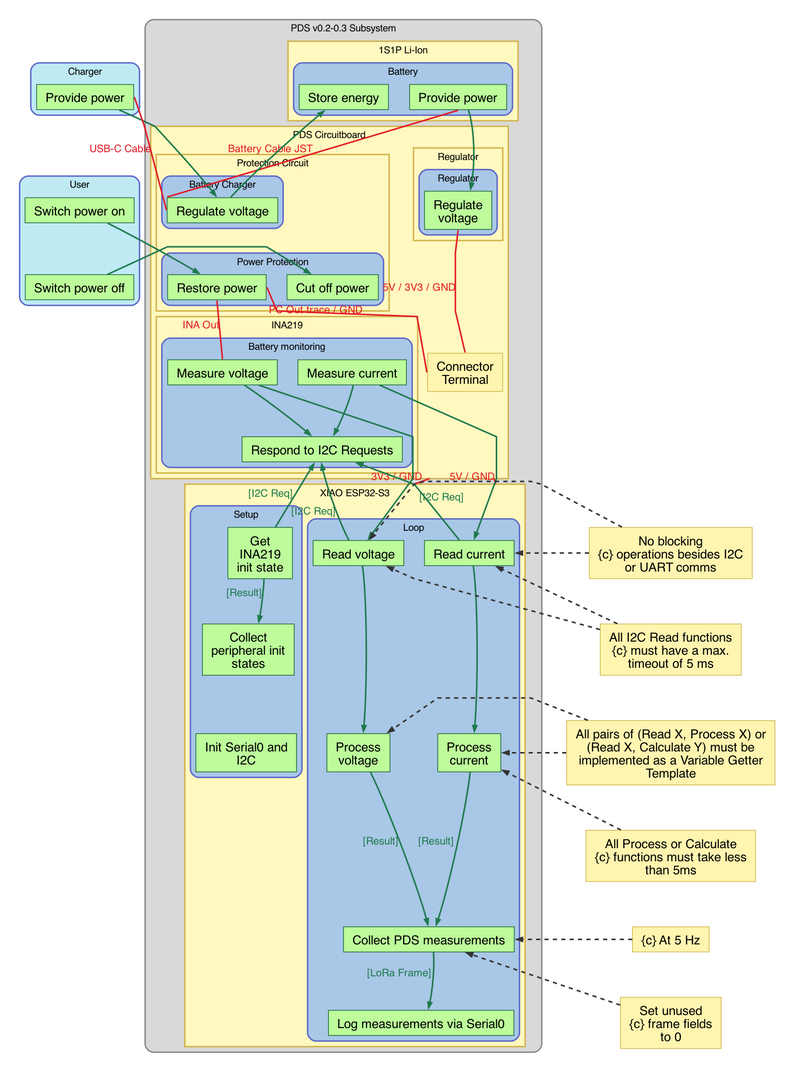
Above: PDS/PDS_v0.2_dot.png in DeltaLabo/CanSatWorkshop (Graphviz), before the change. Its source is kept beside it as PDS/PDS_v0.2.dot.
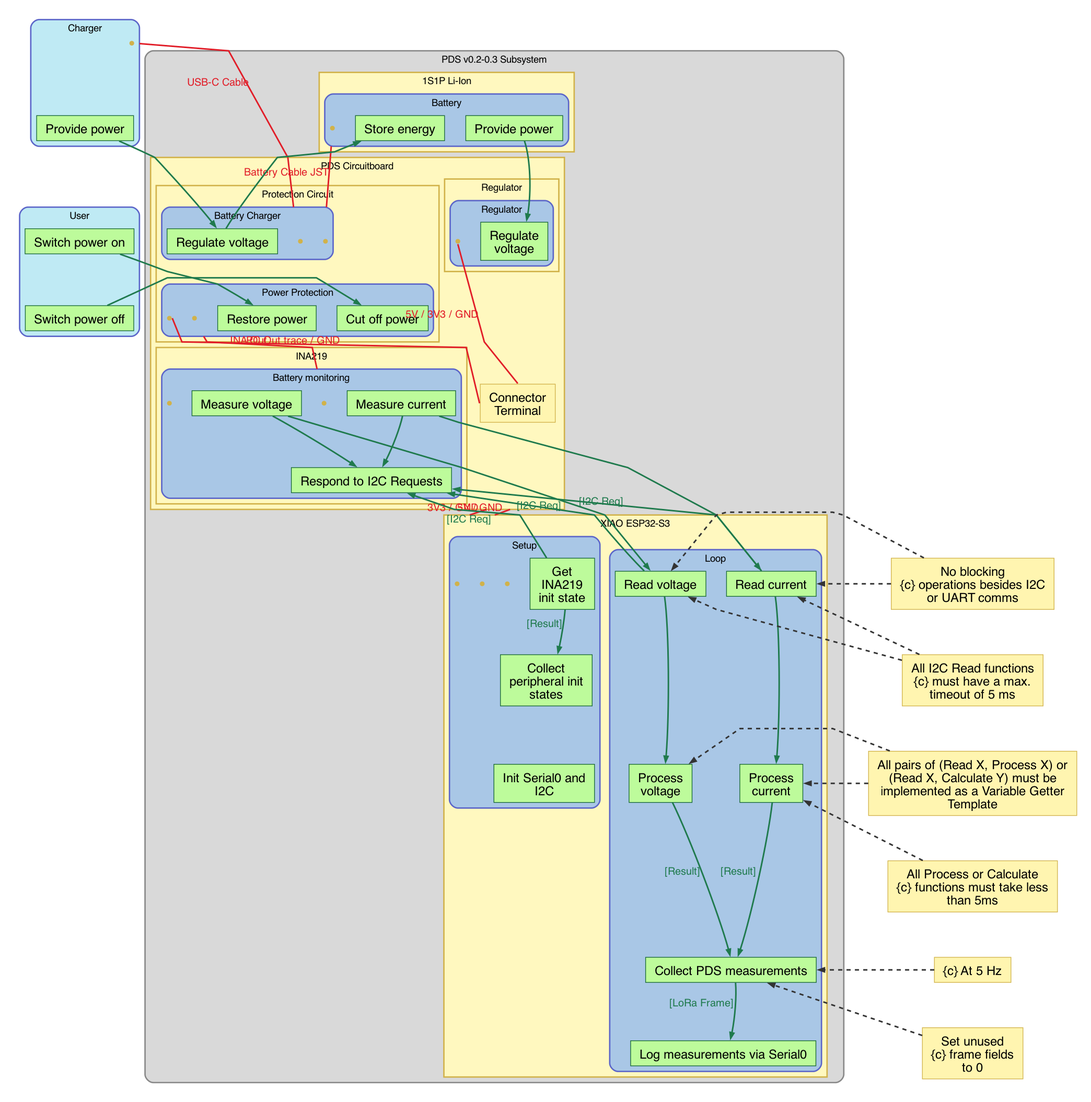
The same file after the commit.

What changed in the source:
```diff
@@ -22,6 +22,7 @@
     color="#5B65C9";
     penwidth=2;
 
+    charger_usb   [label="", shape=point, width=0.08, height=0.08, fixedsize=true, fillcolor="#D1B24A", color="#D1B24A"];
     charger_power [label="Provide power", fillcolor="#BDFB9B", color="#166534"];
   }
 
@@ -57,6 +58,7 @@
         color="#5B65C9";
         penwidth=2;
 
+        battery_jst  [label="", shape=point, width=0.08, height=0.08, fixedsize=true, fillcolor="#D1B24A", color="#D1B24A"];
         batt_store   [label="Store energy",  fillcolor="#BDFB9B", color="#166534"];
         batt_provide [label="Provide power", fillcolor="#BDFB9B", color="#166534"];
       }
@@ -83,6 +85,8 @@
           color="#5B65C9";
           penwidth=2;
 
+          battchg_usb_in  [label="", shape=point, width=0.08, height=0.08, fixedsize=true, fillcolor="#D1B24A", color="#D1B24A"];
+          battchg_batt_in [label="", shape=point, width=0.08, height=0.08, fixedsize=true, fillcolor="#D1B24A", color="#D1B24A"];
           charger_reg [label="Regulate voltage", fillcolor="#BDFB9B", color="#166534"];
         }
 
@@ -93,6 +97,8 @@
           color="#5B65C9";
           penwidth=2;
 
+          protection_pc_out [label="", shape=point, width=0.08, height=0.08, fixedsize=true, fillcolor="#D1B24A", color="#D1B24A"];
+          protection_ina_out [label="", shape=point, width=0.08, height=0.08, fixedsize=true, fillcolor="#D1B24A", color="#D1B24A"];
           restore_power [label="Restore power", fillcolor="#BDFB9B", color="#166534"];
           cut_off_power [label="Cut off power", fillcolor="#BDFB9B", color="#166534"];
         }
@@ -112,6 +118,7 @@
           color="#5B65C9";
           penwidth=2;
 
+          regulator_out [label="", shape=point, width=0.08, height=0.08, fixedsize=true, fillcolor="#D1B24A", color="#D1B24A"];
           regulate_voltage [label="Regulate\nvoltage", fillcolor="#BDFB9B", color="#166534"];
         }
       }
@@ -132,6 +139,8 @@
           color="#5B65C9";
           penwidth=2;
 
+          ina_power_in  [label="", shape=point, width=0.08, height=0.08, fixedsize=true, fillcolor="#D1B24A", color="#D1B24A"];
+          ina_signal_in [label="", shape=point, width=0.08, height=0.08, fixedsize=true, fillcolor="#D1B24A", color="#D1B24A"];
           ina_measure_v [label="Measure voltage", fillcolor="#BDFB9B", color="#166534"];
           ina_measure_i [label="Measure current", fillcolor="#BDFB9B", color="#166534"];
           ina_respond   [label="Respond to I2C Requests", fillcolor="#BDFB9B", color="#166534"];
@@ -153,6 +162,9 @@
         color="#5B65C9";
         penwidth=2;
 
+        xiao_i2c_port [label="", shape=point, width=0.08, height=0.08, fixedsize=true, fillcolor="#D1B24A", color="#D1B24A"];
+        xiao_pwr_3v3  [label="", shape=point, width=0.08, height=0.08, fixedsize=true, fillcolor="#D1B24A", color="#D1B24A"];
+        xiao_pwr_5v   [label="", shape=point, width=0.08, height=0.08, fixedsize=true, fillcolor="#D1B24A", color="#D1B24A"];
         xiao_get_init [label="Get\nINA219\ninit state", fillcolor="#BDFB9B", color="#166534"];
         xiao_collect_init [label="Collect\nperipheral init\nstates", fillcolor="#BDFB9B", color="#166534"];
         xiao_init_bus [label="Init Serial0 and\nI2C", fillcolor="#BDFB9B", color="#166534"];
@@ -183,15 +195,27 @@
   note_zero [label="Set unused\n{c} frame fields\nto 0", fillcolor="#FFF5B0", color="#D1B24A"];
 
   batt_store -> batt_provide [style=invis, weight=15];
+  battery_jst -> batt_store [style=invis, weight=20];
+  charger_usb -> charger_power [style=invis, weight=18];
+  battchg_usb_in -> charger_reg [style=invis, weight=18];
+  battchg_batt_in -> charger_reg [style=invis, weight=18];
   charger_reg -> restore_power [style=invis, weight=15];
+  protection_pc_out -> restore_power [style=invis, weight=20];
+  protection_ina_out -> restore_power [style=invis, weight=18];
   restore_power -> cut_off_power [style=invis, weight=15];
   ina_measure_v -> ina_measure_i [style=invis, weight=10];
   ina_measure_v -> ina_respond [style=invis, weight=18];
   ina_measure_i -> ina_respond [style=invis, weight=18];
   restore_power -> ina_measure_v [style=invis, weight=55];
   regulate_voltage -> ina_measure_i [style=invis, weight=55];
-  regulate_voltage -> connector_terminal [style=invis, weight=42];
+  regulator_out -> regulate_voltage [style=invis, weight=18];
+  regulator_out -> connector_terminal [style=invis, weight=42];
   connector_terminal -> ina_respond [style=invis, weight=55];
+  ina_power_in -> ina_measure_v [style=invis, weight=18];
+  ina_signal_in -> ina_measure_i [style=invis, weight=18];
+  xiao_i2c_port -> xiao_get_init [style=invis, weight=18];
+  xiao_pwr_3v3 -> xiao_get_init [style=invis, weight=16];
+  xiao_pwr_5v -> xiao_read_i [style=invis, weight=16];
   xiao_get_init -> xiao_collect_init [style=invis, weight=12];
   xiao_collect_init -> xiao_init_bus [style=invis, weight=12];
   xiao_read_v -> xiao_process_v [style=invis, weight=12];
@@ -210,17 +234,21 @@
   note_proc -> note_5hz [style=invis, weight=10];
   note_5hz -> note_zero [style=invis, weight=10];
 
-  { rank=same; batt_store; batt_provide; }
-  { rank=same; charger_reg; regulate_voltage; }
-  { rank=same; restore_power; cut_off_power; }
-  { rank=same; ina_measure_v; ina_measure_i; connector_terminal; }
-  { rank=same; xiao_get_init; xiao_read_v; xiao_read_i; note_nb; }
+  { rank=same; battery_jst; batt_store; batt_provide; }
+  { rank=same; battchg_usb_in; battchg_batt_in; charger_reg; regulate_voltage; regulator_out; }
+  { rank=same; protection_pc_out; restore_power; cut_off_power; protection_ina_out; }
+  { rank=same; ina_power_in; ina_measure_v; ina_measure_i; connector_terminal; ina_signal_in; }
+  { rank=same; xiao_i2c_port; xiao_pwr_3v3; xiao_pwr_5v; xiao_get_init; xiao_read_v; xiao_read_i; note_nb; }
   { rank=same; xiao_process_v; xiao_process_i; note_vgt; }
   { rank=same; xiao_collect; note_5hz; }
 
+  charger_usb -> battchg_usb_in [style=invis, weight=50];
   charger_power -> charger_reg [style=invis, weight=80];
+  battery_jst -> battchg_batt_in [style=invis, weight=50];
   batt_store -> charger_reg [style=invis, weight=65];
   batt_provide -> regulate_voltage [style=invis, weight=90];
+  connector_terminal -> xiao_pwr_3v3 [style=invis, weight=115];
+  connector_terminal -> xiao_pwr_5v [style=invis, weight=115];
   connector_terminal -> xiao_get_init [style=invis, weight=115];
   ina_respond -> xiao_read_v [style=invis, weight=120];
   user_on -> restore_power [style=invis, weight=16];
@@ -247,27 +275,31 @@
   ina_measure_v -> xiao_read_v [color="#1F7A4D", fontcolor="#1F7A4D", constraint=false, minlen=2];
   ina_measure_i -> xiao_read_i [color="#1F7A4D", fontcolor="#1F7A4D", constraint=false, minlen=2];
 
-  charger_power -> charger_reg [
+  charger_usb -> battchg_usb_in [
     xlabel="USB-C Cable",
     color="#E11D28",
     fontcolor="#E11D28",
+    ltail=cluster_charger,
+    lhead=cluster_batt_charger,
     constraint=false,
     minlen=1,
     dir=none,
     tailport=e,
     headport=w
   ];
-  batt_provide -> charger_reg [
+  battery_jst -> battchg_batt_in [
     xlabel="Battery Cable JST",
     color="#E11D28",
     fontcolor="#E11D28",
+    ltail=cluster_battery,
+    lhead=cluster_batt_charger,
     constraint=false,
     minlen=1,
     dir=none,
     tailport=s,
     headport=nw
   ];
-  restore_power -> connector_terminal [
+  protection_pc_out -> connector_terminal [
     xlabel="PC Out trace / GND",
     color="#E11D28",
     fontcolor="#E11D28",
@@ -276,16 +308,18 @@
     tailport=e,
     headport=w
   ];
-  restore_power -> ina_measure_v [
+  protection_ina_out -> ina_signal_in [
     xlabel="INA Out",
     color="#E11D28",
     fontcolor="#E11D28",
+    ltail=cluster_power_protection,
+    lhead=cluster_batt_monitoring,
     constraint=false,
     dir=none,
     tailport=s,
     headport=n
   ];
-  regulate_voltage -> connector_terminal [
+  regulator_out -> connector_terminal [
     xlabel="5V / 3V3 / GND",
     color="#E11D28",
     fontcolor="#E11D28",
@@ -294,7 +328,7 @@
     tailport=s,
     headport=n
   ];
-  connector_terminal -> xiao_read_v [
+  connector_terminal -> xiao_pwr_3v3 [
     xlabel="3V3 / GND",
     color="#E11D28",
     fontcolor="#E11D28",
@@ -306,7 +340,7 @@
     tailport=s,
     headport=nw
   ];
-  connector_terminal -> xiao_read_i [
+  connector_terminal -> xiao_pwr_5v [
     xlabel="5V / GND",
     color="#E11D28",
     fontcolor="#E11D28",
```
